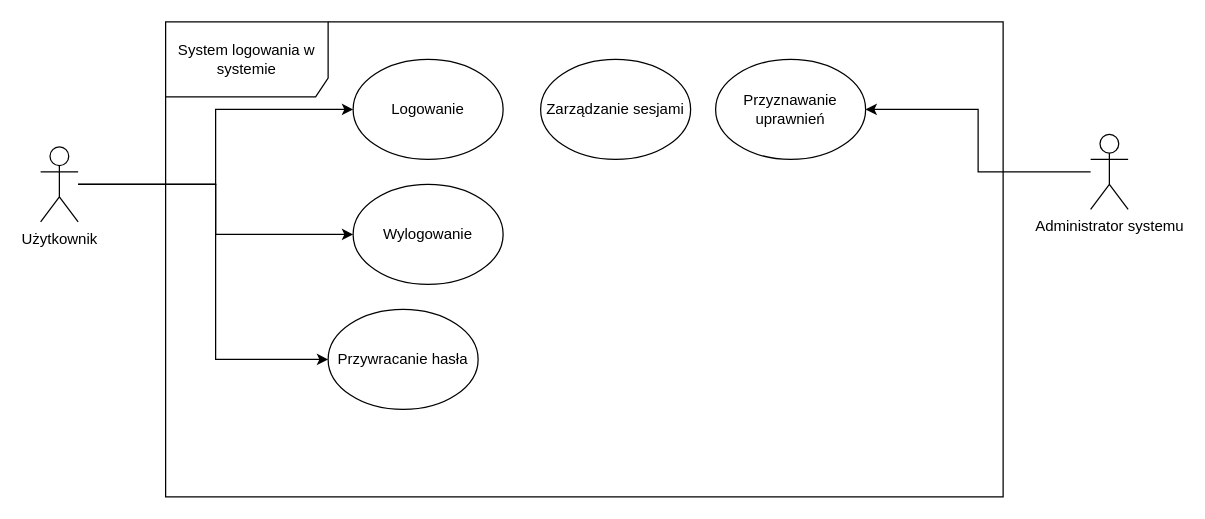
JuliaZofiaCodes/ASI keeps this draw.io diagram as koncowy_przypadek użycia.drawio. Above is the earlier version. Source tidied: cells renumbered, new cells numbered last; positions are measured from the earlier drawing's top-left corner, leaving out a move shared by most shapes. Both pictures are drawn from the tidied source at 125%, with x=0, y=0 at pixel (40, 21).
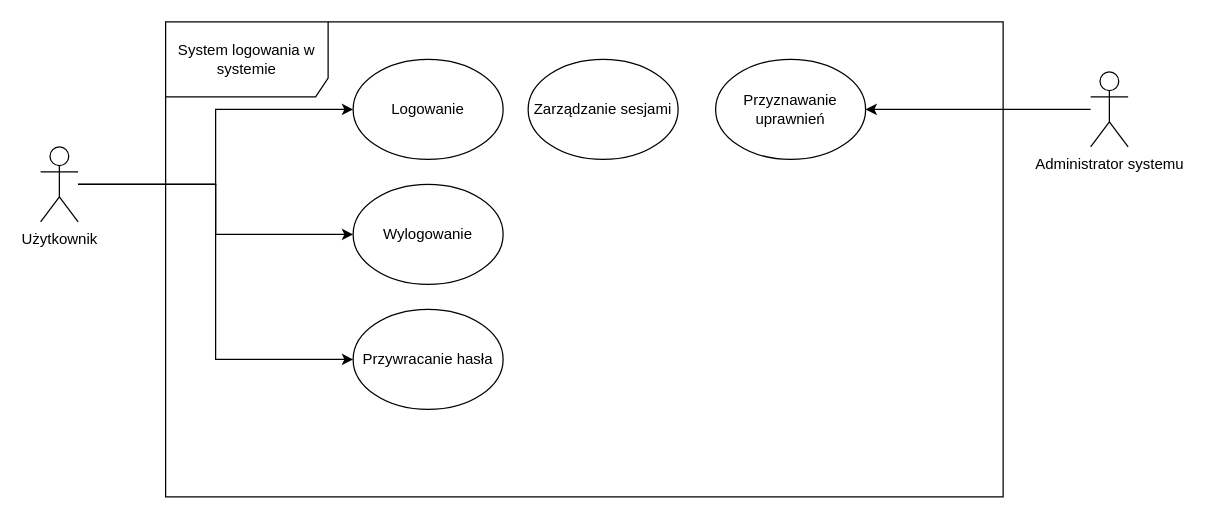
The same page after the edit.

What changed in the source:
```diff
@@
 <mxGraphModel>
   <root>
     <mxCell id="0" />
     <mxCell id="1" parent="0" />
     <mxCell id="2" style="edgeStyle=orthogonalEdgeStyle;rounded=0;jettySize=auto;html=1;" parent="1" edge="1" source="5" target="9">
       <mxGeometry relative="1" as="geometry" />
     </mxCell>
     <mxCell id="3" style="edgeStyle=orthogonalEdgeStyle;rounded=0;jettySize=auto;html=1;entryX=0;entryY=0.5;entryDx=0;entryDy=0;" parent="1" edge="1" source="5" target="10">
       <mxGeometry relative="1" as="geometry" />
     </mxCell>
     <mxCell id="4" style="edgeStyle=orthogonalEdgeStyle;rounded=0;jettySize=auto;html=1;" parent="1" edge="1" source="5" target="11">
       <mxGeometry relative="1" as="geometry">
         <Array as="points">
           <mxPoint x="140" y="130" />
           <mxPoint x="140" y="270" />
         </Array>
       </mxGeometry>
     </mxCell>
     <mxCell id="5" value="Użytkownik" style="shape=umlActor;verticalLabelPosition=bottom;verticalAlign=top;html=1;outlineConnect=0;" parent="1" vertex="1">
       <mxGeometry y="100" width="30" height="60" as="geometry" />
     </mxCell>
     <mxCell id="6" value="System logowania w systemie" style="shape=umlFrame;whiteSpace=wrap;html=1;width=130;height=60;" parent="1" vertex="1">
       <mxGeometry x="100" width="670" height="380" as="geometry" />
     </mxCell>
     <mxCell id="7" style="edgeStyle=orthogonalEdgeStyle;rounded=0;jettySize=auto;html=1;entryX=1;entryY=0.5;entryDx=0;entryDy=0;" parent="1" edge="1" source="8" target="13">
       <mxGeometry relative="1" as="geometry" />
     </mxCell>
     <mxCell id="8" value="Administrator systemu" style="shape=umlActor;verticalLabelPosition=bottom;verticalAlign=top;html=1;outlineConnect=0;" parent="1" vertex="1">
-      <mxGeometry x="840" y="90" width="30" height="60" as="geometry" />
+      <mxGeometry x="840" y="40" width="30" height="60" as="geometry" />
     </mxCell>
     <mxCell id="9" value="Logowanie" style="ellipse;whiteSpace=wrap;html=1;" parent="1" vertex="1">
       <mxGeometry x="250" y="30" width="120" height="80" as="geometry" />
     </mxCell>
     <mxCell id="10" value="Wylogowanie" style="ellipse;whiteSpace=wrap;html=1;" parent="1" vertex="1">
       <mxGeometry x="250" y="130" width="120" height="80" as="geometry" />
     </mxCell>
     <mxCell id="11" value="Przywracanie hasła" style="ellipse;whiteSpace=wrap;html=1;" parent="1" vertex="1">
-      <mxGeometry x="230" y="230" width="120" height="80" as="geometry" />
+      <mxGeometry x="250" y="230" width="120" height="80" as="geometry" />
     </mxCell>
+    <mxCell id="13" value="&lt;font face=&quot;Calibri, sans-serif&quot;&gt;Przyznawanie uprawnień&lt;/font&gt;" style="ellipse;whiteSpace=wrap;html=1;" parent="1" vertex="1">
+      <mxGeometry x="540" y="30" width="120" height="80" as="geometry" />
+    </mxCell>
-    <mxCell id="12" value="&lt;font face=&quot;Calibri, sans-serif&quot;&gt;Zarządzanie sesjami&lt;/font&gt;" style="ellipse;whiteSpace=wrap;html=1;" parent="1" vertex="1">
-      <mxGeometry x="400" y="30" width="120" height="80" as="geometry" />
+    <mxCell id="12" value="Zarządzanie sesjami" style="ellipse;whiteSpace=wrap;html=1;" parent="1" vertex="1">
+      <mxGeometry x="390" y="30" width="120" height="80" as="geometry" />
     </mxCell>
-    <mxCell id="13" value="&lt;font face=&quot;Calibri, sans-serif&quot;&gt;Przyznawanie uprawnień&lt;/font&gt;" style="ellipse;whiteSpace=wrap;html=1;" parent="1" vertex="1">
-      <mxGeometry x="540" y="30" width="120" height="80" as="geometry" />
-    </mxCell>
   </root>
 </mxGraphModel>
```
